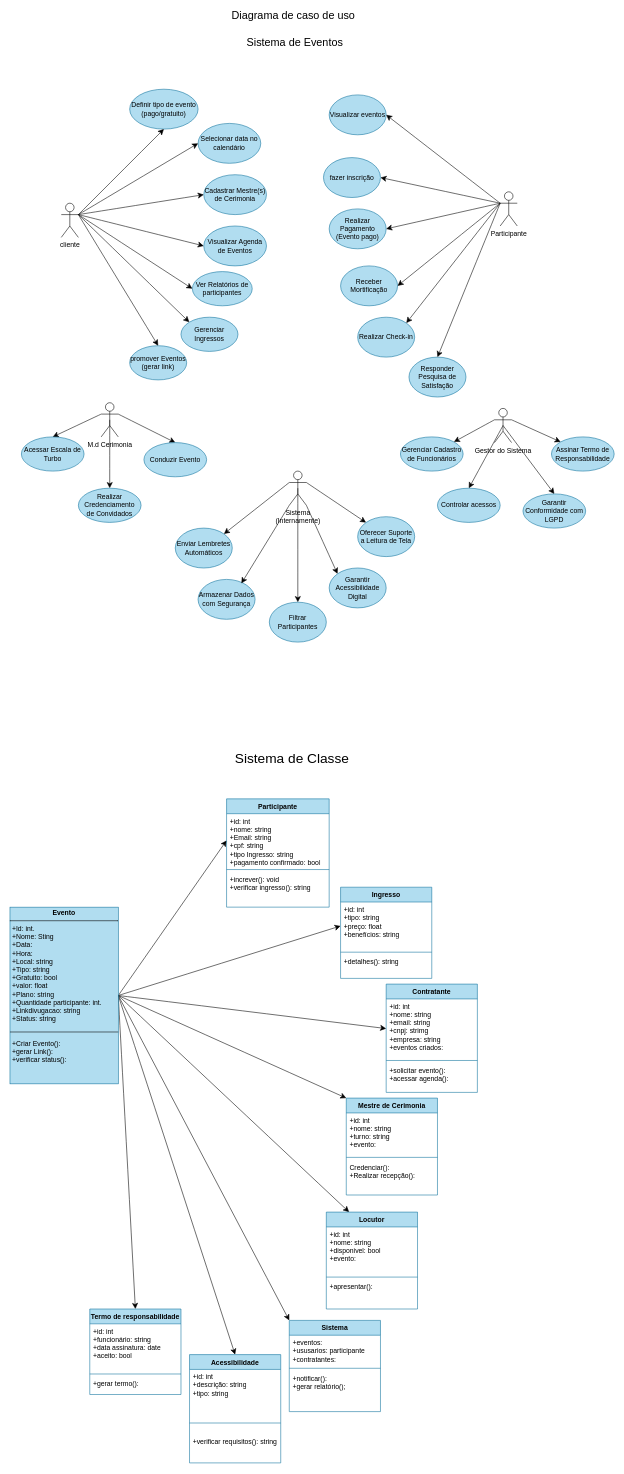
jkkauany/diagramaderequisitos keeps this draw.io diagram as diagramaderequisitos.drawio. Above is the earlier version. Source tidied: cells renumbered, new cells numbered last; positions are measured from the earlier drawing's top-left corner, leaving out a move shared by most shapes. Both pictures are drawn from the tidied source at 57%, with x=0, y=0 at pixel (10, 21).
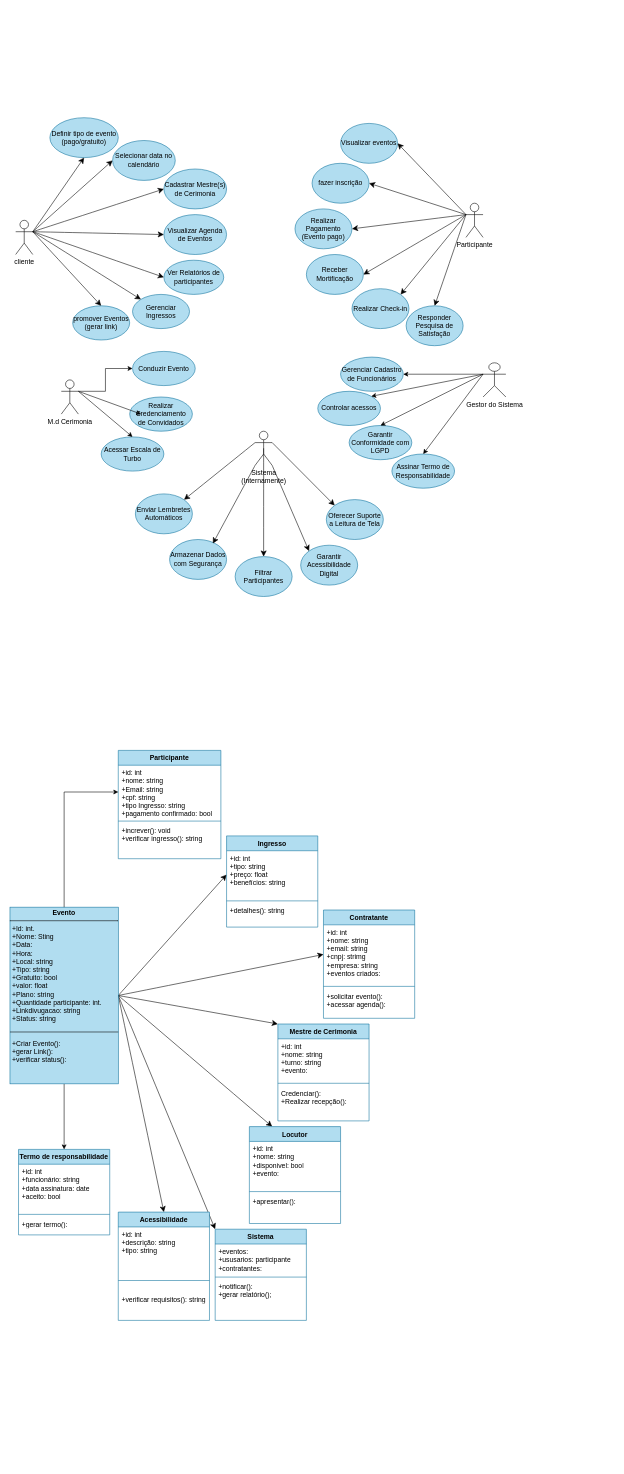
The same page after the edit.

Unchanged cells that the change refers to:
```xml
<mxCell id="68" value="&lt;p style=&quot;margin:0px;margin-top:4px;text-align:center;&quot;&gt;&lt;b&gt;Evento&lt;/b&gt;&lt;/p&gt;&lt;hr size=&quot;1&quot; style=&quot;border-style:solid;&quot;&gt;&lt;p style=&quot;margin:0px;margin-left:4px;&quot;&gt;&lt;/p&gt;&lt;p style=&quot;margin:0px;margin-left:4px;&quot;&gt;+Id: int.&lt;/p&gt;&lt;p style=&quot;margin:0px;margin-left:4px;&quot;&gt;+Nome: Sting&lt;/p&gt;&lt;p style=&quot;margin:0px;margin-left:4px;&quot;&gt;+Data:&lt;/p&gt;&lt;p style=&quot;margin:0px;margin-left:4px;&quot;&gt;+Hora:&lt;/p&gt;&lt;p style=&quot;margin:0px;margin-left:4px;&quot;&gt;+Local:&amp;nbsp;&lt;span style=&quot;background-color: transparent; color: light-dark(rgb(0, 0, 0), rgb(255, 255, 255));&quot;&gt;string&lt;/span&gt;&lt;/p&gt;&lt;p style=&quot;margin:0px;margin-left:4px;&quot;&gt;+Tipo: string&lt;/p&gt;&lt;p style=&quot;margin:0px;margin-left:4px;&quot;&gt;+Gratuito: bool&lt;/p&gt;&lt;p style=&quot;margin:0px;margin-left:4px;&quot;&gt;+valor: float&lt;/p&gt;&lt;p style=&quot;margin:0px;margin-left:4px;&quot;&gt;+Plano: string&lt;/p&gt;&lt;p style=&quot;margin:0px;margin-left:4px;&quot;&gt;+Quantidade participante: int.&lt;/p&gt;&lt;p style=&quot;margin:0px;margin-left:4px;&quot;&gt;+Linkdivugacao: string&lt;/p&gt;&lt;p style=&quot;margin:0px;margin-left:4px;&quot;&gt;+Status: string&lt;/p&gt;&lt;p style=&quot;margin:0px;margin-left:4px;&quot;&gt;&lt;br&gt;&lt;/p&gt;&lt;p style=&quot;margin:0px;margin-left:4px;&quot;&gt;&lt;br&gt;&lt;/p&gt;&lt;p style=&quot;margin:0px;margin-left:4px;&quot;&gt;+Criar Evento():&lt;/p&gt;&lt;p style=&quot;margin:0px;margin-left:4px;&quot;&gt;+gerar Link():&lt;/p&gt;&lt;p style=&quot;margin:0px;margin-left:4px;&quot;&gt;+verificar status():&lt;/p&gt;&lt;p style=&quot;margin:0px;margin-left:4px;&quot;&gt;&lt;br&gt;&lt;/p&gt;&lt;p style=&quot;margin:0px;margin-left:4px;&quot;&gt;&lt;br&gt;&lt;/p&gt;" style="verticalAlign=top;align=left;overflow=fill;html=1;whiteSpace=wrap;fillColor=#b1ddf0;strokeColor=#10739e;" parent="1" vertex="1">
  <mxGeometry y="1555" width="190" height="310" as="geometry" />
</mxCell>
<mxCell id="71" value="+id: int&lt;div&gt;+nome: string&lt;/div&gt;&lt;div&gt;+Email: string&lt;/div&gt;&lt;div&gt;+cpf: string&lt;/div&gt;&lt;div&gt;+tipo Ingresso: string&lt;/div&gt;&lt;div&gt;+pagamento confirmado: bool&lt;/div&gt;" style="text;strokeColor=none;fillColor=none;align=left;verticalAlign=top;spacingLeft=4;spacingRight=4;overflow=hidden;points=[[0,0.5],[1,0.5]];portConstraint=eastwest;whiteSpace=wrap;html=1;" parent="70" vertex="1">
  <mxGeometry y="26" width="180" height="94" as="geometry" />
</mxCell>
```

The edit, as a diff of the source:
```diff
@@
-    <mxCell id="2" value="&lt;font style=&quot;font-size: 19px;&quot;&gt;Diagrama de caso de uso&amp;nbsp;&lt;/font&gt;&lt;div&gt;&lt;font style=&quot;font-size: 19px;&quot;&gt;&lt;br&gt;&lt;/font&gt;&lt;/div&gt;&lt;div&gt;&lt;span style=&quot;background-color: transparent; color: light-dark(rgb(0, 0, 0), rgb(255, 255, 255));&quot;&gt;&lt;font style=&quot;font-size: 19px;&quot;&gt;Sistema de Eventos&lt;/font&gt;&lt;/span&gt;&lt;/div&gt;" style="text;html=1;align=center;verticalAlign=middle;whiteSpace=wrap;rounded=0;" parent="1" vertex="1">
-      <mxGeometry x="345" width="310" height="30" as="geometry" />
-    </mxCell>
     <mxCell id="3" value="cliente" style="shape=umlActor;verticalLabelPosition=bottom;verticalAlign=top;html=1;outlineConnect=0;" parent="1" vertex="1">
-      <mxGeometry x="90" y="320" width="30" height="60" as="geometry" />
+      <mxGeometry x="10" y="350" width="30" height="60" as="geometry" />
     </mxCell>
     <mxCell id="4" value="Definir tipo de evento&lt;div&gt;(pago/gratuito)&lt;/div&gt;" style="ellipse;whiteSpace=wrap;html=1;fillColor=#b1ddf0;strokeColor=#10739e;" parent="1" vertex="1">
-      <mxGeometry x="210" y="120" width="120" height="70" as="geometry" />
+      <mxGeometry x="70" y="170" width="120" height="70" as="geometry" />
     </mxCell>
     <mxCell id="5" value="Selecionar data no&lt;div&gt;calendário&lt;/div&gt;" style="ellipse;whiteSpace=wrap;html=1;fillColor=#b1ddf0;strokeColor=#10739e;" parent="1" vertex="1">
-      <mxGeometry x="330" y="180" width="110" height="70" as="geometry" />
+      <mxGeometry x="180" y="210" width="110" height="70" as="geometry" />
     </mxCell>
     <mxCell id="6" value="Cadastrar Mestre(s) de Cerimonia" style="ellipse;whiteSpace=wrap;html=1;fillColor=#b1ddf0;strokeColor=#10739e;" parent="1" vertex="1">
-      <mxGeometry x="340" y="270" width="110" height="70" as="geometry" />
+      <mxGeometry x="270" y="260" width="110" height="70" as="geometry" />
     </mxCell>
     <mxCell id="7" value="Ver Relatórios de participantes" style="ellipse;whiteSpace=wrap;html=1;fillColor=#b1ddf0;strokeColor=#10739e;" parent="1" vertex="1">
-      <mxGeometry x="320" y="440" width="105" height="60" as="geometry" />
+      <mxGeometry x="270" y="420" width="105" height="60" as="geometry" />
     </mxCell>
     <mxCell id="8" value="Visualizar Agenda de Eventos" style="ellipse;whiteSpace=wrap;html=1;fillColor=#b1ddf0;strokeColor=#10739e;" parent="1" vertex="1">
-      <mxGeometry x="340" y="360" width="110" height="70" as="geometry" />
+      <mxGeometry x="270" y="340" width="110" height="70" as="geometry" />
     </mxCell>
     <mxCell id="9" value="Gerenciar Ingressos" style="ellipse;whiteSpace=wrap;html=1;fillColor=#b1ddf0;strokeColor=#10739e;" parent="1" vertex="1">
-      <mxGeometry x="300" y="520" width="100" height="60" as="geometry" />
+      <mxGeometry x="215" y="480" width="100" height="60" as="geometry" />
     </mxCell>
     <mxCell id="10" value="promover Eventos&lt;div&gt;(gerar link)&lt;/div&gt;" style="ellipse;whiteSpace=wrap;html=1;fillColor=#b1ddf0;strokeColor=#10739e;" parent="1" vertex="1">
-      <mxGeometry x="210" y="570" width="100" height="60" as="geometry" />
+      <mxGeometry x="110" y="500" width="100" height="60" as="geometry" />
     </mxCell>
@@
     <mxCell id="18" value="Participante" style="shape=umlActor;verticalLabelPosition=bottom;verticalAlign=top;html=1;outlineConnect=0;" parent="1" vertex="1">
-      <mxGeometry x="860" y="300" width="30" height="60" as="geometry" />
+      <mxGeometry x="800" y="320" width="30" height="60" as="geometry" />
     </mxCell>
     <mxCell id="19" value="fazer inscrição" style="ellipse;whiteSpace=wrap;html=1;fillColor=#b1ddf0;strokeColor=#10739e;" parent="1" vertex="1">
-      <mxGeometry x="550" y="240" width="100" height="70" as="geometry" />
+      <mxGeometry x="530" y="250" width="100" height="70" as="geometry" />
     </mxCell>
     <mxCell id="20" value="Realizar Check-in" style="ellipse;whiteSpace=wrap;html=1;fillColor=#b1ddf0;strokeColor=#10739e;" parent="1" vertex="1">
-      <mxGeometry x="610" y="520" width="100" height="70" as="geometry" />
+      <mxGeometry x="600" y="470" width="100" height="70" as="geometry" />
     </mxCell>
     <mxCell id="21" value="Realizar Pagamento&lt;div&gt;(Evento pago)&lt;/div&gt;" style="ellipse;whiteSpace=wrap;html=1;fillColor=#b1ddf0;strokeColor=#10739e;" parent="1" vertex="1">
-      <mxGeometry x="560" y="330" width="100" height="70" as="geometry" />
+      <mxGeometry x="500" y="330" width="100" height="70" as="geometry" />
     </mxCell>
     <mxCell id="22" value="Visualizar eventos" style="ellipse;whiteSpace=wrap;html=1;fillColor=#b1ddf0;strokeColor=#10739e;" parent="1" vertex="1">
-      <mxGeometry x="560" y="130" width="100" height="70" as="geometry" />
+      <mxGeometry x="580" y="180" width="100" height="70" as="geometry" />
     </mxCell>
     <mxCell id="23" value="Responder Pesquisa de Satisfação" style="ellipse;whiteSpace=wrap;html=1;fillColor=#b1ddf0;strokeColor=#10739e;" parent="1" vertex="1">
-      <mxGeometry x="700" y="590" width="100" height="70" as="geometry" />
+      <mxGeometry x="695" y="500" width="100" height="70" as="geometry" />
     </mxCell>
     <mxCell id="24" value="Receber Mortificação" style="ellipse;whiteSpace=wrap;html=1;fillColor=#b1ddf0;strokeColor=#10739e;" parent="1" vertex="1">
-      <mxGeometry x="580" y="430" width="100" height="70" as="geometry" />
+      <mxGeometry x="520" y="410" width="100" height="70" as="geometry" />
     </mxCell>
@@
-    <mxCell id="31" style="edgeStyle=none;curved=1;rounded=0;jettySize=auto;html=1;exitX=0.5;exitY=0.5;exitDx=0;exitDy=0;exitPerimeter=0;entryX=0.5;entryY=0;entryDx=0;entryDy=0;fontSize=12;startSize=8;endSize=8;" parent="1" edge="1" source="34" target="37">
-      <mxGeometry relative="1" as="geometry" />
-    </mxCell>
-    <mxCell id="32" style="edgeStyle=none;curved=1;rounded=0;jettySize=auto;html=1;exitX=0;exitY=0.3333333333333333;exitDx=0;exitDy=0;exitPerimeter=0;entryX=0.5;entryY=0;entryDx=0;entryDy=0;fontSize=12;startSize=8;endSize=8;" parent="1" edge="1" source="34" target="35">
-      <mxGeometry relative="1" as="geometry" />
-    </mxCell>
+    <mxCell id="102" style="edgeStyle=orthogonalEdgeStyle;rounded=0;orthogonalLoop=1;jettySize=auto;html=1;exitX=0;exitY=0.5;exitDx=0;exitDy=0;entryX=0;entryY=0.5;entryDx=0;entryDy=0;" parent="1" edge="1" source="36" target="36">
+      <mxGeometry relative="1" as="geometry" />
+    </mxCell>
-    <mxCell id="33" style="edgeStyle=none;curved=1;rounded=0;jettySize=auto;html=1;exitX=1;exitY=0.3333333333333333;exitDx=0;exitDy=0;exitPerimeter=0;entryX=0.5;entryY=0;entryDx=0;entryDy=0;fontSize=12;startSize=8;endSize=8;" parent="1" edge="1" source="34" target="36">
+    <mxCell id="33" style="edgeStyle=orthogonalEdgeStyle;rounded=0;jettySize=auto;html=1;exitX=1;exitY=0.3333333333333333;exitDx=0;exitDy=0;exitPerimeter=0;entryX=0;entryY=0.5;entryDx=0;entryDy=0;" parent="1" edge="1" source="34" target="36">
       <mxGeometry relative="1" as="geometry" />
     </mxCell>
     <mxCell id="34" value="M.d Cerimonia" style="shape=umlActor;verticalLabelPosition=bottom;verticalAlign=top;html=1;outlineConnect=0;" parent="1" vertex="1">
-      <mxGeometry x="160" y="670" width="30" height="60" as="geometry" />
+      <mxGeometry x="90" y="630" width="30" height="60" as="geometry" />
     </mxCell>
     <mxCell id="35" value="Acessar Escala de Turbo" style="ellipse;whiteSpace=wrap;html=1;fillColor=#b1ddf0;strokeColor=#10739e;" parent="1" vertex="1">
-      <mxGeometry x="20" y="730" width="110" height="60" as="geometry" />
+      <mxGeometry x="160" y="730" width="110" height="60" as="geometry" />
     </mxCell>
     <mxCell id="36" value="Conduzir Evento" style="ellipse;whiteSpace=wrap;html=1;fillColor=#b1ddf0;strokeColor=#10739e;" parent="1" vertex="1">
-      <mxGeometry x="235" y="740" width="110" height="60" as="geometry" />
+      <mxGeometry x="215" y="580" width="110" height="60" as="geometry" />
     </mxCell>
     <mxCell id="37" value="Realizar Credenciamento&lt;div&gt;de Convidados&lt;/div&gt;" style="ellipse;whiteSpace=wrap;html=1;fillColor=#b1ddf0;strokeColor=#10739e;" parent="1" vertex="1">
-      <mxGeometry x="120" y="820" width="110" height="60" as="geometry" />
+      <mxGeometry x="210" y="660" width="110" height="60" as="geometry" />
     </mxCell>
@@
-    <mxCell id="39" style="edgeStyle=none;curved=1;rounded=0;jettySize=auto;html=1;exitX=1;exitY=0.3333333333333333;exitDx=0;exitDy=0;exitPerimeter=0;fontSize=12;startSize=8;endSize=8;entryX=0;entryY=0;entryDx=0;entryDy=0;" parent="1" edge="1" source="42" target="46">
-      <mxGeometry relative="1" as="geometry" />
-    </mxCell>
-    <mxCell id="40" style="edgeStyle=none;curved=1;rounded=0;jettySize=auto;html=1;exitX=0.5;exitY=0.5;exitDx=0;exitDy=0;exitPerimeter=0;entryX=0.5;entryY=0;entryDx=0;entryDy=0;fontSize=12;startSize=8;endSize=8;" parent="1" edge="1" source="42" target="44">
-      <mxGeometry relative="1" as="geometry" />
-    </mxCell>
-    <mxCell id="41" style="edgeStyle=none;curved=1;rounded=0;jettySize=auto;html=1;exitX=0.5;exitY=0.5;exitDx=0;exitDy=0;exitPerimeter=0;entryX=0.5;entryY=0;entryDx=0;entryDy=0;fontSize=12;startSize=8;endSize=8;" parent="1" edge="1" source="42" target="45">
-      <mxGeometry relative="1" as="geometry" />
-    </mxCell>
     <mxCell id="42" value="Gestor do Sistema" style="shape=umlActor;verticalLabelPosition=bottom;verticalAlign=top;html=1;outlineConnect=0;" parent="1" vertex="1">
-      <mxGeometry x="850" y="680" width="30" height="60" as="geometry" />
+      <mxGeometry x="830" y="600" width="40" height="60" as="geometry" />
     </mxCell>
     <mxCell id="43" value="Gerenciar Cadastro&lt;div&gt;de Funcionários&lt;/div&gt;" style="ellipse;whiteSpace=wrap;html=1;fillColor=#b1ddf0;strokeColor=#10739e;" parent="1" vertex="1">
-      <mxGeometry x="685" y="730" width="110" height="60" as="geometry" />
+      <mxGeometry x="580" y="590" width="110" height="60" as="geometry" />
     </mxCell>
     <mxCell id="44" value="Controlar acessos" style="ellipse;whiteSpace=wrap;html=1;fillColor=#b1ddf0;strokeColor=#10739e;" parent="1" vertex="1">
-      <mxGeometry x="750" y="820" width="110" height="60" as="geometry" />
+      <mxGeometry x="540" y="650" width="110" height="60" as="geometry" />
     </mxCell>
     <mxCell id="45" value="Garantir Conformidade com LGPD" style="ellipse;whiteSpace=wrap;html=1;fillColor=#b1ddf0;strokeColor=#10739e;" parent="1" vertex="1">
-      <mxGeometry x="900" y="830" width="110" height="60" as="geometry" />
+      <mxGeometry x="595" y="710" width="110" height="60" as="geometry" />
     </mxCell>
     <mxCell id="46" value="Assinar Termo de Responsabilidade" style="ellipse;whiteSpace=wrap;html=1;fillColor=#b1ddf0;strokeColor=#10739e;" parent="1" vertex="1">
-      <mxGeometry x="950" y="730" width="110" height="60" as="geometry" />
+      <mxGeometry x="670" y="760" width="110" height="60" as="geometry" />
     </mxCell>
-    <mxCell id="47" style="endArrow=classic;html=1;rounded=0;fontSize=12;startSize=8;endSize=8;curved=1;exitX=0;exitY=0.3333333333333333;exitDx=0;exitDy=0;exitPerimeter=0;entryX=1;entryY=0;entryDx=0;entryDy=0;" parent="1" edge="1" source="42" target="43">
-      <mxGeometry relative="1" as="geometry" />
-    </mxCell>
@@
     <mxCell id="52" value="Sistema&lt;div&gt;(Internamente)&lt;/div&gt;" style="shape=umlActor;verticalLabelPosition=bottom;verticalAlign=top;html=1;outlineConnect=0;" parent="1" vertex="1">
-      <mxGeometry x="490" y="790" width="30" height="60" as="geometry" />
+      <mxGeometry x="430" y="720" width="30" height="60" as="geometry" />
     </mxCell>
     <mxCell id="53" value="Enviar Lembretes Automáticos" style="ellipse;whiteSpace=wrap;html=1;fillColor=#b1ddf0;strokeColor=#10739e;" parent="1" vertex="1">
-      <mxGeometry x="290" y="890" width="100" height="70" as="geometry" />
+      <mxGeometry x="220" y="830" width="100" height="70" as="geometry" />
     </mxCell>
     <mxCell id="54" value="Armazenar Dados com Segurança" style="ellipse;whiteSpace=wrap;html=1;fillColor=#b1ddf0;strokeColor=#10739e;" parent="1" vertex="1">
-      <mxGeometry x="330" y="980" width="100" height="70" as="geometry" />
+      <mxGeometry x="280" y="910" width="100" height="70" as="geometry" />
     </mxCell>
     <mxCell id="55" value="Oferecer Suporte a Leitura de Tela" style="ellipse;whiteSpace=wrap;html=1;fillColor=#b1ddf0;strokeColor=#10739e;" parent="1" vertex="1">
-      <mxGeometry x="610" y="870" width="100" height="70" as="geometry" />
+      <mxGeometry x="555" y="840" width="100" height="70" as="geometry" />
     </mxCell>
     <mxCell id="56" value="Filtrar Participantes" style="ellipse;whiteSpace=wrap;html=1;fillColor=#b1ddf0;strokeColor=#10739e;" parent="1" vertex="1">
-      <mxGeometry x="455" y="1020" width="100" height="70" as="geometry" />
+      <mxGeometry x="395" y="940" width="100" height="70" as="geometry" />
     </mxCell>
     <mxCell id="57" value="Garantir Acessibilidade Digital" style="ellipse;whiteSpace=wrap;html=1;fillColor=#b1ddf0;strokeColor=#10739e;" parent="1" vertex="1">
-      <mxGeometry x="560" y="960" width="100" height="70" as="geometry" />
+      <mxGeometry x="510" y="920" width="100" height="70" as="geometry" />
     </mxCell>
@@
-    <mxCell id="59" value="&lt;font style=&quot;font-size: 24px;&quot;&gt;Sistema de Classe&lt;/font&gt;" style="text;html=1;align=center;verticalAlign=middle;whiteSpace=wrap;rounded=0;" parent="1" vertex="1">
-      <mxGeometry x="380" y="1280" width="230" height="30" as="geometry" />
-    </mxCell>
@@
+    <mxCell id="66" style="edgeStyle=none;curved=1;rounded=0;jettySize=auto;html=1;exitX=1;exitY=0.5;exitDx=0;exitDy=0;entryX=0;entryY=0;entryDx=0;entryDy=0;fontSize=12;startSize=8;endSize=8;" parent="1" edge="1" source="68" target="90">
+      <mxGeometry relative="1" as="geometry" />
+    </mxCell>
-    <mxCell id="65" style="edgeStyle=none;curved=1;rounded=0;jettySize=auto;html=1;exitX=1;exitY=0.5;exitDx=0;exitDy=0;entryX=0.5;entryY=0;entryDx=0;entryDy=0;fontSize=12;startSize=8;endSize=8;" parent="1" edge="1" source="68" target="98">
+    <mxCell id="65" style="edgeStyle=orthogonalEdgeStyle;rounded=0;jettySize=auto;html=1;exitX=0.5;exitY=1;exitDx=0;exitDy=0;entryX=0.5;entryY=0;entryDx=0;entryDy=0;" parent="1" edge="1" source="68" target="98">
       <mxGeometry relative="1" as="geometry" />
     </mxCell>
-    <mxCell id="66" style="edgeStyle=none;curved=1;rounded=0;jettySize=auto;html=1;exitX=1;exitY=0.5;exitDx=0;exitDy=0;entryX=0;entryY=0;entryDx=0;entryDy=0;fontSize=12;startSize=8;endSize=8;" parent="1" edge="1" source="68" target="90">
-      <mxGeometry relative="1" as="geometry" />
-    </mxCell>
-    <mxCell id="67" style="edgeStyle=none;curved=1;rounded=0;jettySize=auto;html=1;exitX=1;exitY=0.5;exitDx=0;exitDy=0;entryX=0;entryY=0.5;entryDx=0;entryDy=0;fontSize=12;startSize=8;endSize=8;" parent="1" edge="1" source="68" target="71">
-      <mxGeometry relative="1" as="geometry" />
-    </mxCell>
@@
     <mxCell id="70" value="Participante" style="swimlane;fontStyle=1;align=center;verticalAlign=top;horizontal=1;startSize=26;whiteSpace=wrap;html=1;fillColor=#b1ddf0;strokeColor=#10739e;" parent="1" vertex="1">
-      <mxGeometry x="380" y="1365" width="180" height="190" as="geometry" />
+      <mxGeometry x="190" y="1280" width="180" height="190" as="geometry" />
     </mxCell>
@@
     <mxCell id="74" value="Ingresso" style="swimlane;fontStyle=1;align=center;verticalAlign=top;horizontal=1;startSize=26;whiteSpace=wrap;html=1;fillColor=#b1ddf0;strokeColor=#10739e;" parent="1" vertex="1">
-      <mxGeometry x="580" y="1520" width="160" height="160" as="geometry" />
+      <mxGeometry x="380" y="1430" width="160" height="160" as="geometry" />
     </mxCell>
@@
     <mxCell id="78" value="Contratante" style="swimlane;fontStyle=1;align=center;verticalAlign=top;horizontal=1;startSize=26;whiteSpace=wrap;html=1;fillColor=#b1ddf0;strokeColor=#10739e;" parent="1" vertex="1">
-      <mxGeometry x="660" y="1690" width="160" height="190" as="geometry" />
+      <mxGeometry x="550" y="1560" width="160" height="190" as="geometry" />
     </mxCell>
@@
     <mxCell id="82" value="Mestre de Cerimonia" style="swimlane;fontStyle=1;align=center;verticalAlign=top;horizontal=1;startSize=26;whiteSpace=wrap;html=1;fillColor=#b1ddf0;strokeColor=#10739e;" parent="1" vertex="1">
-      <mxGeometry x="590" y="1890" width="160" height="170" as="geometry" />
+      <mxGeometry x="470" y="1760" width="160" height="170" as="geometry" />
     </mxCell>
@@
     <mxCell id="86" value="Locutor" style="swimlane;fontStyle=1;align=center;verticalAlign=top;horizontal=1;startSize=26;whiteSpace=wrap;html=1;fillColor=#b1ddf0;strokeColor=#10739e;" parent="1" vertex="1">
-      <mxGeometry x="555" y="2090" width="160" height="170" as="geometry" />
+      <mxGeometry x="420" y="1940" width="160" height="170" as="geometry" />
     </mxCell>
@@
     <mxCell id="90" value="Sistema" style="swimlane;fontStyle=1;align=center;verticalAlign=top;horizontal=1;startSize=26;whiteSpace=wrap;html=1;fillColor=#b1ddf0;strokeColor=#10739e;" parent="1" vertex="1">
-      <mxGeometry x="490" y="2280" width="160" height="160" as="geometry" />
+      <mxGeometry x="360" y="2120" width="160" height="160" as="geometry" />
     </mxCell>
@@
     <mxCell id="94" value="Acessibilidade" style="swimlane;fontStyle=1;align=center;verticalAlign=top;horizontal=1;startSize=26;whiteSpace=wrap;html=1;fillColor=#b1ddf0;strokeColor=#10739e;" parent="1" vertex="1">
-      <mxGeometry x="315" y="2340" width="160" height="190" as="geometry" />
+      <mxGeometry x="190" y="2090" width="160" height="190" as="geometry" />
     </mxCell>
@@
     <mxCell id="98" value="Termo de responsabilidade" style="swimlane;fontStyle=1;align=center;verticalAlign=top;horizontal=1;startSize=26;whiteSpace=wrap;html=1;fillColor=#b1ddf0;strokeColor=#10739e;" parent="1" vertex="1">
-      <mxGeometry x="140" y="2260" width="160" height="150" as="geometry" />
+      <mxGeometry x="15" y="1980" width="160" height="150" as="geometry" />
     </mxCell>
@@
+    <mxCell id="103" style="endArrow=classic;html=1;rounded=0;entryX=0.5;entryY=0;entryDx=0;entryDy=0;" parent="1" edge="1" target="35">
+      <mxGeometry relative="1" as="geometry">
+        <mxPoint x="120" y="650" as="sourcePoint" />
+      </mxGeometry>
+    </mxCell>
+    <mxCell id="104" style="endArrow=classic;html=1;rounded=0;exitX=1;exitY=0.3333333333333333;exitDx=0;exitDy=0;exitPerimeter=0;" parent="1" edge="1" source="34">
+      <mxGeometry relative="1" as="geometry">
+        <mxPoint x="230" y="690" as="targetPoint" />
+      </mxGeometry>
+    </mxCell>
+    <mxCell id="40" style="endArrow=classic;html=1;rounded=0;exitX=0;exitY=0.3333333333333333;exitDx=0;exitDy=0;exitPerimeter=0;entryX=1;entryY=0;entryDx=0;entryDy=0;" parent="1" edge="1" source="42" target="44">
+      <mxGeometry relative="1" as="geometry" />
+    </mxCell>
+    <mxCell id="41" style="endArrow=classic;html=1;rounded=0;exitX=0;exitY=0.3333333333333333;exitDx=0;exitDy=0;exitPerimeter=0;entryX=0.5;entryY=0;entryDx=0;entryDy=0;" parent="1" edge="1" source="42" target="45">
+      <mxGeometry relative="1" as="geometry" />
+    </mxCell>
+    <mxCell id="105" style="endArrow=classic;html=1;rounded=0;entryX=0.5;entryY=0;entryDx=0;entryDy=0;" parent="1" edge="1" target="46">
+      <mxGeometry relative="1" as="geometry">
+        <mxPoint x="830" y="620" as="sourcePoint" />
+      </mxGeometry>
+    </mxCell>
+    <mxCell id="47" style="endArrow=classic;html=1;rounded=0;exitX=0;exitY=0.3333333333333333;exitDx=0;exitDy=0;exitPerimeter=0;entryX=1;entryY=0.5;entryDx=0;entryDy=0;" parent="1" edge="1" source="42" target="43">
+      <mxGeometry relative="1" as="geometry" />
+    </mxCell>
+    <mxCell id="67" style="edgeStyle=orthogonalEdgeStyle;rounded=0;jettySize=auto;html=1;exitX=0.5;exitY=0;exitDx=0;exitDy=0;entryX=0;entryY=0.5;entryDx=0;entryDy=0;" parent="1" edge="1" source="68" target="71">
+      <mxGeometry relative="1" as="geometry" />
+    </mxCell>
```
